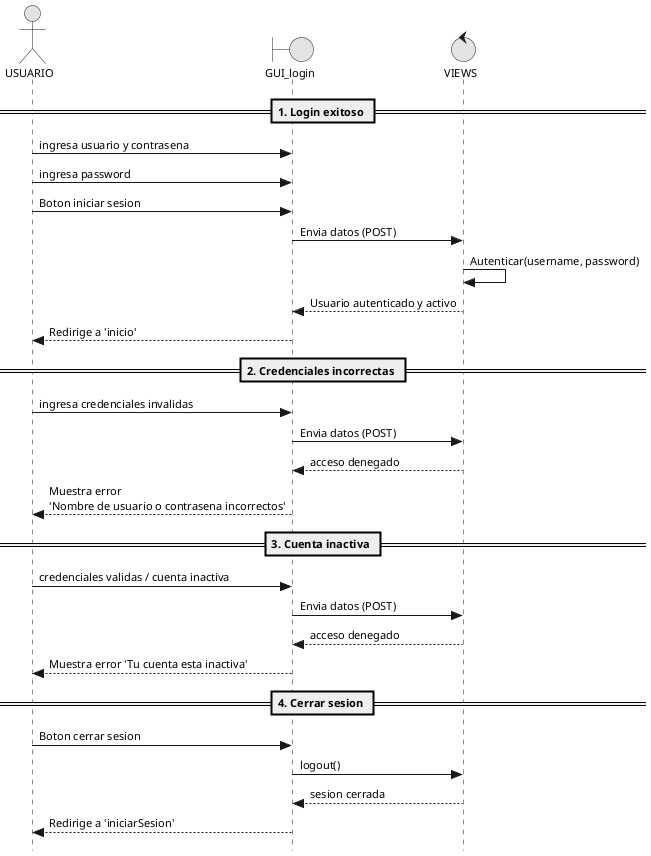
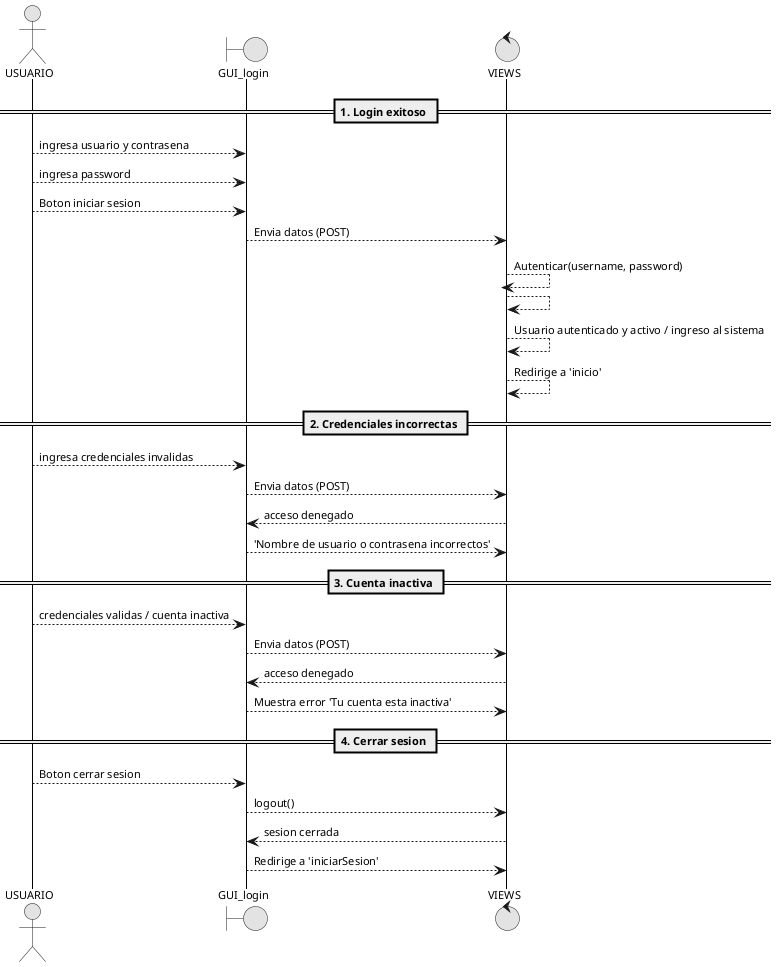
@startuml 01_login_logout

- skinparam style strictuml
+ <style>
+ sequenceDiagram {
+   LifeLine {
+     LineStyle solid
+     LineThickness 1
+     LineColor black
+   }
+ }
+ </style>
+ 
skinparam monochrome true
skinparam shadowing false
skinparam backgroundColor white
skinparam sequenceArrowThickness 1
skinparam defaultFontName Arial
skinparam defaultFontSize 11
+ 
+ autoactivate on

actor USUARIO

boundary "GUI_login" as LOGIN
control "VIEWS" as AUTH

== 1. Login exitoso ==

- USUARIO -> LOGIN : ingresa usuario y contrasena
- USUARIO -> LOGIN : ingresa password
- USUARIO -> LOGIN : Boton iniciar sesion
- LOGIN -> AUTH : Envia datos (POST)
- AUTH -> AUTH : Autenticar(username, password)
- AUTH --> LOGIN : Usuario autenticado y activo
- LOGIN --> USUARIO : Redirige a 'inicio'
+ USUARIO --> LOGIN : ingresa usuario y contrasena
+ USUARIO --> LOGIN : ingresa password
+ USUARIO --> LOGIN : Boton iniciar sesion
+ LOGIN --> AUTH : Envia datos (POST)
+ AUTH --> AUTH : Autenticar(username, password)
+ return
+ return Usuario autenticado y activo / ingreso al sistema
+ return Redirige a 'inicio'

== 2. Credenciales incorrectas ==

- USUARIO -> LOGIN : ingresa credenciales invalidas
- LOGIN -> AUTH : Envia datos (POST)
- AUTH --> LOGIN : acceso denegado
- LOGIN --> USUARIO : Muestra error\n'Nombre de usuario o contrasena incorrectos'
+ USUARIO --> LOGIN : ingresa credenciales invalidas
+ LOGIN --> AUTH : Envia datos (POST)
+ return acceso denegado
+ return 'Nombre de usuario o contrasena incorrectos'

== 3. Cuenta inactiva ==

- USUARIO -> LOGIN : credenciales validas / cuenta inactiva
- LOGIN -> AUTH : Envia datos (POST)
- AUTH --> LOGIN : acceso denegado
- LOGIN --> USUARIO : Muestra error 'Tu cuenta esta inactiva'
+ USUARIO --> LOGIN : credenciales validas / cuenta inactiva
+ LOGIN --> AUTH : Envia datos (POST)
+ return acceso denegado
+ return Muestra error 'Tu cuenta esta inactiva'

== 4. Cerrar sesion ==

- USUARIO -> LOGIN : Boton cerrar sesion
- LOGIN -> AUTH : logout()
- AUTH --> LOGIN : sesion cerrada
- LOGIN --> USUARIO : Redirige a 'iniciarSesion'
+ USUARIO --> LOGIN : Boton cerrar sesion
+ LOGIN --> AUTH : logout()
+ return sesion cerrada
+ return Redirige a 'iniciarSesion'

@enduml
